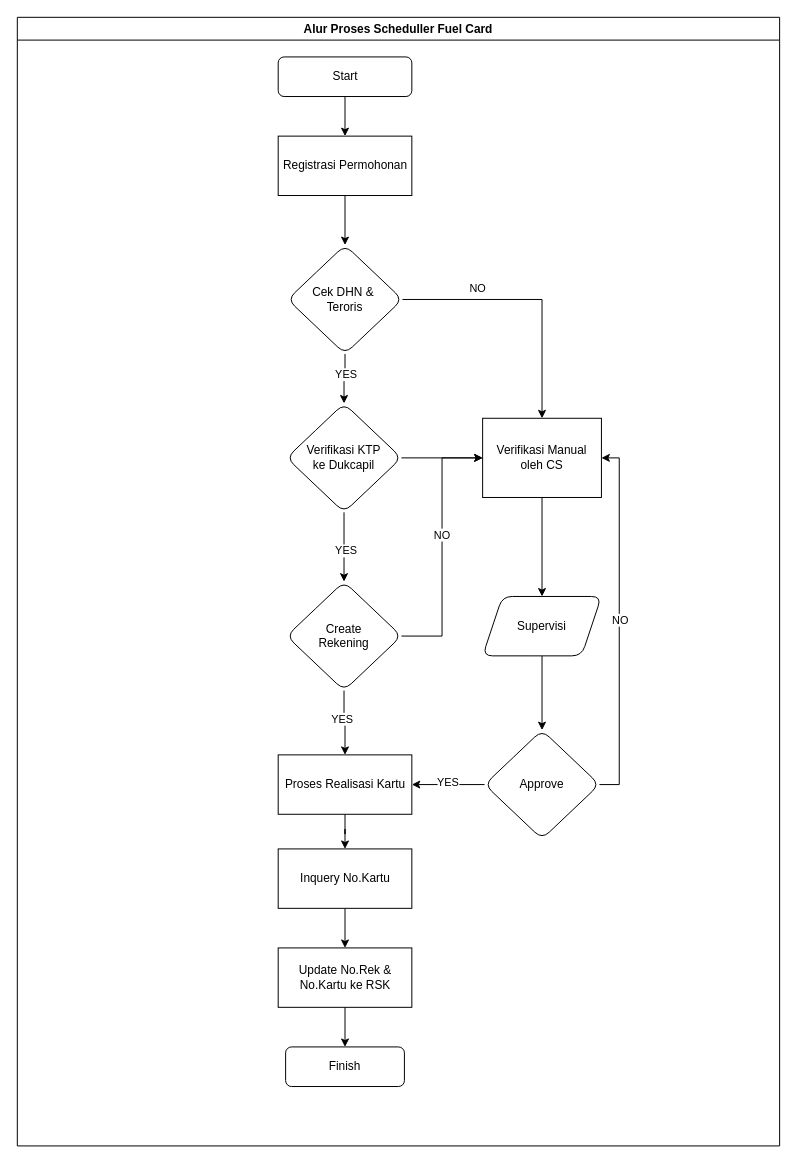
frandachi/appdiagrams keeps this draw.io diagram as Diagram/Eform.drawio. Above is the earlier version. Source tidied: cells renumbered, new cells numbered last; positions are measured from the earlier drawing's top-left corner, leaving out a move shared by most shapes. Both pictures are drawn from the tidied source at 99%, with x=0, y=0 at pixel (17, 17).
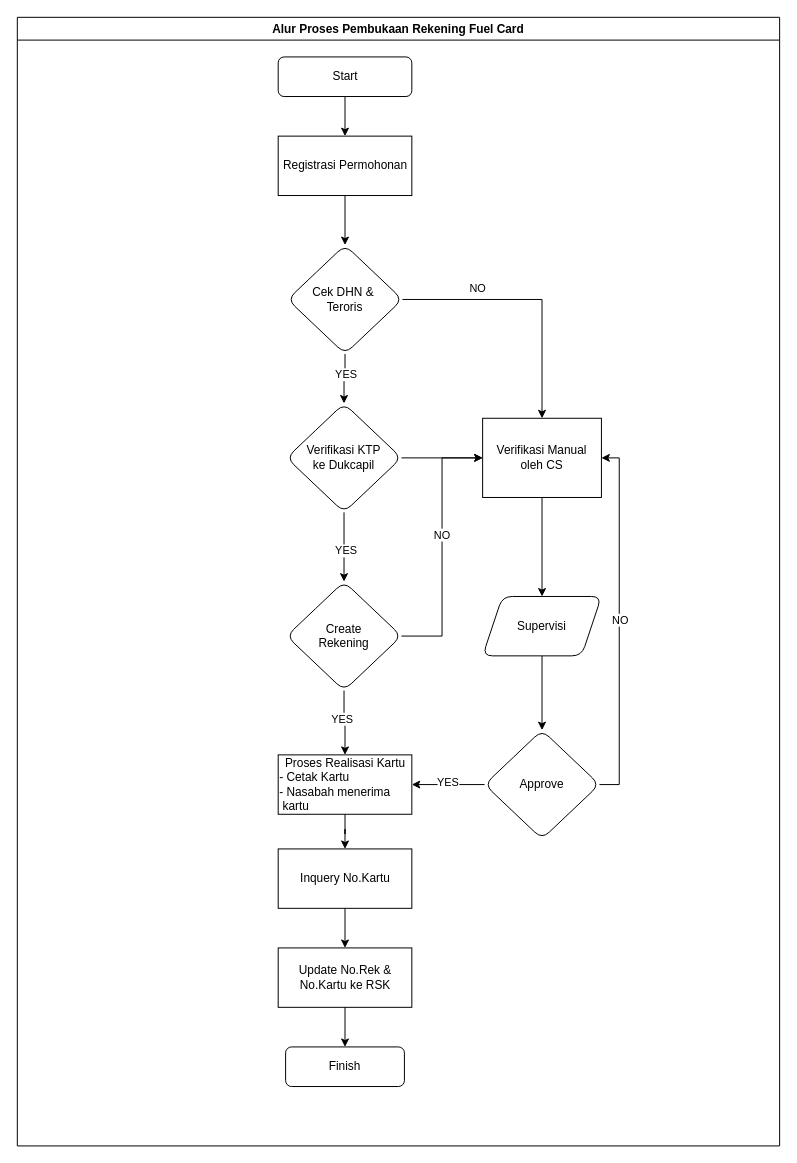
The same diagram, later.

The edit, as a diff of the source:
```diff
@@
-    <mxCell id="2" value="Alur Proses Scheduller Fuel Card" style="swimlane;whiteSpace=wrap;html=1;" parent="1" vertex="1">
+    <mxCell id="2" value="Alur Proses Pembukaan Rekening Fuel Card" style="swimlane;whiteSpace=wrap;html=1;" parent="1" vertex="1">
       <mxGeometry width="770" height="1140" as="geometry" />
     </mxCell>
@@
-    <mxCell id="33" value="Proses Realisasi Kartu" style="rounded=0;whiteSpace=wrap;html=1;" parent="1" vertex="1">
+    <mxCell id="33" value="Proses Realisasi Kartu&lt;br&gt;&lt;div style=&quot;text-align: left;&quot;&gt;&lt;span style=&quot;background-color: initial;&quot;&gt;- Cetak Kartu&lt;/span&gt;&lt;/div&gt;&lt;div style=&quot;text-align: left;&quot;&gt;&lt;span style=&quot;background-color: initial;&quot;&gt;- Nasabah menerima&amp;nbsp; &amp;nbsp; &amp;nbsp; &amp;nbsp;kartu&lt;/span&gt;&lt;/div&gt;" style="rounded=0;whiteSpace=wrap;html=1;" parent="1" vertex="1">
       <mxGeometry x="263.5" y="745" width="135" height="60" as="geometry" />
     </mxCell>
```
